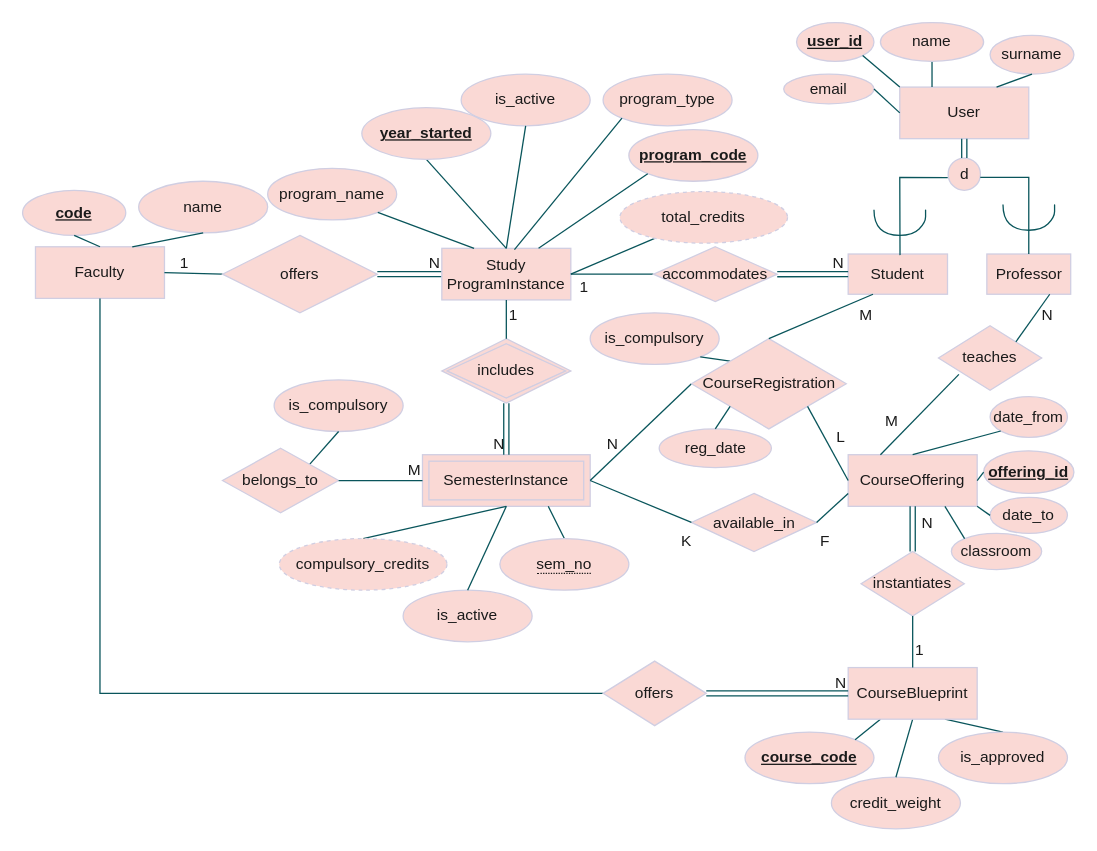
The draw.io diagram DBschema.drawio in dmitru4ok/course-management, before the edit. Source tidied: cells renumbered, new cells numbered last; positions are measured from the earlier drawing's top-left corner, leaving out a move shared by most shapes. Both pictures are drawn from the tidied source at 129%, with x=0, y=0 at pixel (22, 22).
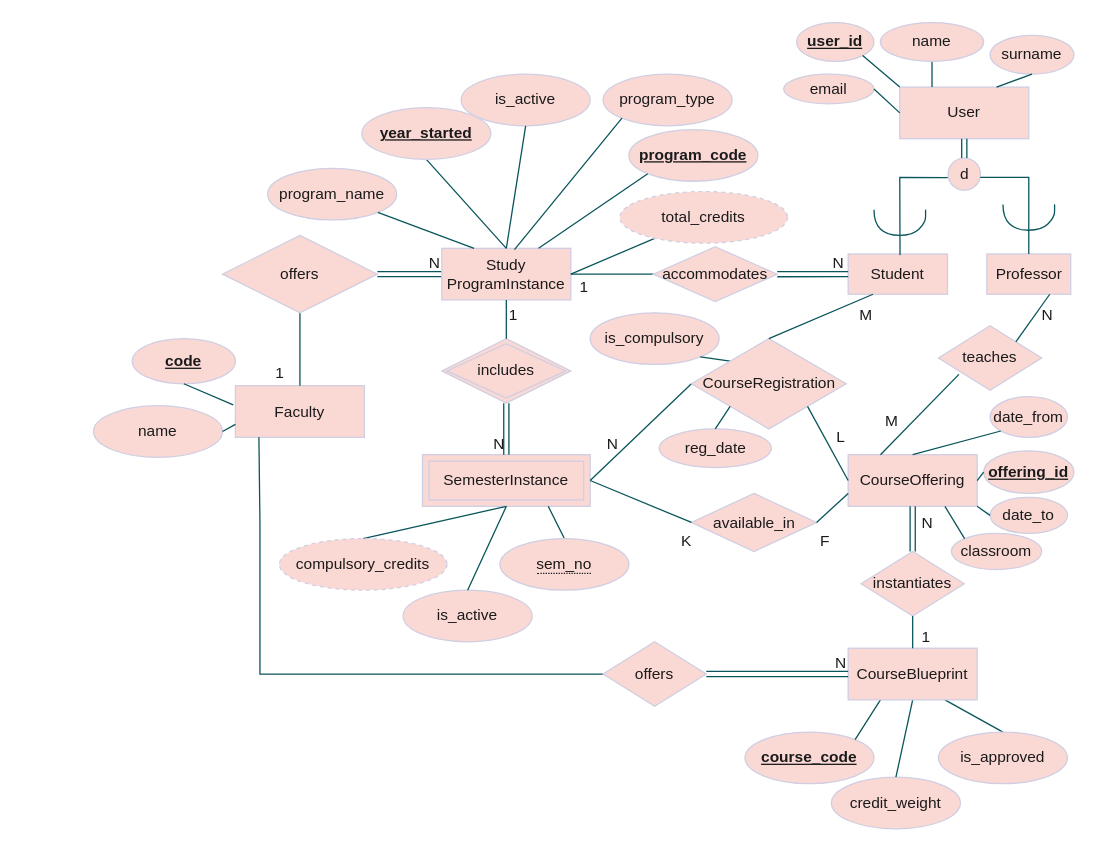
The same page after the edit.

Commit message:
remove dangling relationship, return to EER solution

The change refers to these unchanged cells:
```xml
<mxCell id="10" value="offers" style="shape=rhombus;perimeter=rhombusPerimeter;whiteSpace=wrap;html=1;align=center;labelBackgroundColor=none;fillColor=#FAD9D5;strokeColor=#D0CEE2;fontColor=#1A1A1A;" parent="1" vertex="1">
  <mxGeometry x="155" y="165" width="120" height="60" as="geometry" />
</mxCell>
<mxCell id="11" value="SemesterInstance" style="shape=ext;margin=3;double=1;whiteSpace=wrap;html=1;align=center;labelBackgroundColor=none;fillColor=#FAD9D5;strokeColor=#D0CEE2;fontColor=#1A1A1A;" parent="1" vertex="1">
  <mxGeometry x="310" y="335" width="130" height="40" as="geometry" />
</mxCell>
```

Change to the diagram source:
```diff
@@
     <mxCell id="2" value="Faculty" style="whiteSpace=wrap;html=1;align=center;labelBackgroundColor=none;fillColor=#FAD9D5;strokeColor=#D0CEE2;fontColor=#1A1A1A;" parent="1" vertex="1">
-      <mxGeometry x="10" y="173.8" width="100" height="40" as="geometry" />
+      <mxGeometry x="165" y="281.5" width="100" height="40" as="geometry" />
     </mxCell>
     <mxCell id="3" value="&lt;b&gt;code&lt;/b&gt;" style="ellipse;whiteSpace=wrap;html=1;align=center;fontStyle=4;labelBackgroundColor=none;fillColor=#FAD9D5;strokeColor=#D0CEE2;fontColor=#1A1A1A;" parent="1" vertex="1">
-      <mxGeometry y="130" width="80" height="35" as="geometry" />
+      <mxGeometry x="85" y="245" width="80" height="35" as="geometry" />
     </mxCell>
-    <mxCell id="4" style="endArrow=none;html=1;rounded=0;entryX=0.5;entryY=0;entryDx=0;entryDy=0;exitX=0.5;exitY=1;exitDx=0;exitDy=0;labelBackgroundColor=none;fontColor=default;strokeColor=#09555B;" parent="1" edge="1" source="3" target="2">
+    <mxCell id="4" style="endArrow=none;html=1;rounded=0;exitX=0.5;exitY=1;exitDx=0;exitDy=0;labelBackgroundColor=none;fontColor=default;strokeColor=#09555B;entryX=-0.017;entryY=0.371;entryDx=0;entryDy=0;entryPerimeter=0;" parent="1" edge="1" source="3" target="2">
       <mxGeometry relative="1" as="geometry" />
     </mxCell>
@@
-    <mxCell id="7" style="endArrow=none;html=1;rounded=0;exitX=1;exitY=0.5;exitDx=0;exitDy=0;entryX=0;entryY=0.5;entryDx=0;entryDy=0;labelBackgroundColor=none;fontColor=default;strokeColor=#09555B;" parent="1" edge="1" source="2" target="10">
+    <mxCell id="7" style="endArrow=none;html=1;rounded=0;exitX=0.5;exitY=0;exitDx=0;exitDy=0;entryX=0.5;entryY=1;entryDx=0;entryDy=0;labelBackgroundColor=none;fontColor=default;strokeColor=#09555B;" parent="1" edge="1" source="2" target="10">
       <mxGeometry relative="1" as="geometry" />
     </mxCell>
     <mxCell id="8" value="1" style="html=1;whiteSpace=wrap;align=right;verticalAlign=bottom;labelBackgroundColor=none;fillColor=#FAD9D5;strokeColor=#D0CEE2;fontColor=#1A1A1A;" parent="7" vertex="1">
       <mxGeometry x="1" relative="1" as="geometry">
-        <mxPoint x="-25" as="offset" />
+        <mxPoint x="-11" y="55" as="offset" />
       </mxGeometry>
     </mxCell>
@@
-    <mxCell id="25" value="is_compulsory" style="ellipse;whiteSpace=wrap;html=1;align=center;labelBackgroundColor=none;fillColor=#FAD9D5;strokeColor=#D0CEE2;fontColor=#1A1A1A;" parent="1" vertex="1">
-      <mxGeometry x="195" y="277" width="100" height="40" as="geometry" />
-    </mxCell>
@@
-    <mxCell id="27" style="endArrow=none;html=1;rounded=0;exitX=0.5;exitY=1;exitDx=0;exitDy=0;entryX=1;entryY=0;entryDx=0;entryDy=0;labelBackgroundColor=none;fontColor=default;strokeColor=#09555B;" parent="1" edge="1" source="25" target="29">
-      <mxGeometry relative="1" as="geometry" />
-    </mxCell>
@@
-    <mxCell id="29" value="belongs_to" style="shape=rhombus;perimeter=rhombusPerimeter;whiteSpace=wrap;html=1;align=center;labelBackgroundColor=none;fillColor=#FAD9D5;strokeColor=#D0CEE2;fontColor=#1A1A1A;" parent="1" vertex="1">
-      <mxGeometry x="155" y="330" width="90" height="50" as="geometry" />
-    </mxCell>
@@
-    <mxCell id="32" style="endArrow=none;html=1;rounded=0;exitX=1;exitY=0.5;exitDx=0;exitDy=0;entryX=0;entryY=0.5;entryDx=0;entryDy=0;labelBackgroundColor=none;fontColor=default;strokeColor=#09555B;" parent="1" edge="1" source="29" target="11">
-      <mxGeometry relative="1" as="geometry" />
-    </mxCell>
-    <mxCell id="33" value="M" style="html=1;whiteSpace=wrap;align=right;verticalAlign=bottom;labelBackgroundColor=none;fillColor=#FAD9D5;strokeColor=#D0CEE2;fontColor=#1A1A1A;" parent="32" vertex="1">
-      <mxGeometry x="1" relative="1" as="geometry" />
-    </mxCell>
@@
-    <mxCell id="61" style="endArrow=none;html=1;rounded=0;exitX=0.5;exitY=1;exitDx=0;exitDy=0;entryX=0;entryY=0.5;entryDx=0;entryDy=0;labelBackgroundColor=none;fontColor=default;strokeColor=#09555B;" parent="1" edge="1" source="2" target="63">
+    <mxCell id="61" style="endArrow=none;html=1;rounded=0;entryX=0;entryY=0.5;entryDx=0;entryDy=0;labelBackgroundColor=none;fontColor=default;strokeColor=#09555B;exitX=0.182;exitY=0.999;exitDx=0;exitDy=0;exitPerimeter=0;" parent="1" edge="1" source="2" target="63">
       <mxGeometry relative="1" as="geometry">
         <Array as="points">
-          <mxPoint x="60" y="450" />
-          <mxPoint x="60" y="520" />
-          <mxPoint x="100" y="520" />
+          <mxPoint x="184" y="387" />
+          <mxPoint x="184" y="450" />
+          <mxPoint x="184" y="470" />
+          <mxPoint x="184" y="505" />
         </Array>
       </mxGeometry>
     </mxCell>
     <mxCell id="62" value="CourseBlueprint" style="whiteSpace=wrap;html=1;align=center;labelBackgroundColor=none;fillColor=#FAD9D5;strokeColor=#D0CEE2;fontColor=#1A1A1A;" parent="1" vertex="1">
-      <mxGeometry x="640" y="500" width="100" height="40" as="geometry" />
+      <mxGeometry x="640" y="485" width="100" height="40" as="geometry" />
     </mxCell>
     <mxCell id="63" value="offers" style="shape=rhombus;perimeter=rhombusPerimeter;whiteSpace=wrap;html=1;align=center;labelBackgroundColor=none;fillColor=#FAD9D5;strokeColor=#D0CEE2;fontColor=#1A1A1A;" parent="1" vertex="1">
-      <mxGeometry x="450" y="495" width="80" height="50" as="geometry" />
+      <mxGeometry x="450" y="480" width="80" height="50" as="geometry" />
     </mxCell>
@@
     <mxCell id="75" value="1" style="html=1;whiteSpace=wrap;align=right;verticalAlign=bottom;labelBackgroundColor=none;fillColor=#FAD9D5;strokeColor=#D0CEE2;fontColor=#1A1A1A;" parent="1" vertex="1">
-      <mxGeometry x="700" y="495" as="geometry" />
+      <mxGeometry x="705" y="485" as="geometry" />
     </mxCell>
@@
     <mxCell id="103" value="name" style="ellipse;whiteSpace=wrap;html=1;align=center;labelBackgroundColor=none;fillColor=#FAD9D5;strokeColor=#D0CEE2;fontColor=#1A1A1A;" parent="1" vertex="1">
-      <mxGeometry x="90" y="123" width="100" height="40" as="geometry" />
+      <mxGeometry x="55" y="297" width="100" height="40" as="geometry" />
     </mxCell>
-    <mxCell id="104" style="endArrow=none;html=1;rounded=0;exitX=0.75;exitY=0;exitDx=0;exitDy=0;entryX=0.5;entryY=1;entryDx=0;entryDy=0;labelBackgroundColor=none;fontColor=default;strokeColor=#09555B;" parent="1" edge="1" source="2" target="103">
+    <mxCell id="104" style="endArrow=none;html=1;rounded=0;entryX=1;entryY=0.5;entryDx=0;entryDy=0;labelBackgroundColor=none;fontColor=default;strokeColor=#09555B;exitX=0;exitY=0.75;exitDx=0;exitDy=0;" parent="1" edge="1" source="2" target="103">
       <mxGeometry relative="1" as="geometry" />
     </mxCell>
```
